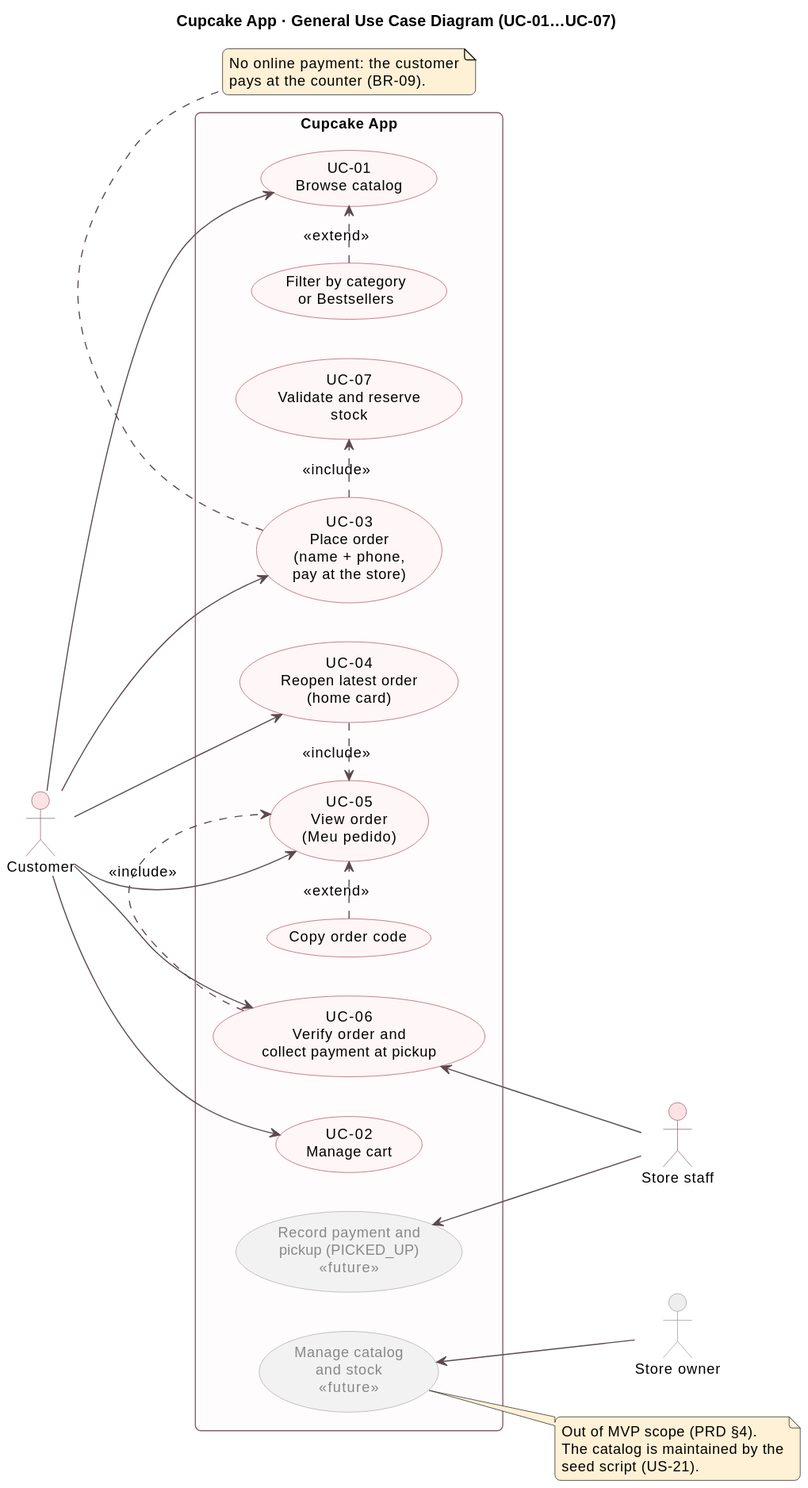
The PlantUML diagram docs/diagrams/use-cases/use-case-diagram.svg in tiagopacedev/cupcake-app, before a commit. Its diagram source:
```plantuml
@startuml use-case-diagram
!include ../_style.iuml
title Cupcake App · General Use Case Diagram (UC-01…UC-07)
left to right direction

actor "Customer" as Customer
actor "Store staff" as Staff
actor "Store owner" as Owner #EEEEEE;line:999999

rectangle "Cupcake App" {
  usecase "UC-01\nBrowse catalog" as UC01
  usecase "Filter by category\nor Bestsellers" as UCF
  usecase "UC-02\nManage cart" as UC02
  usecase "UC-03\nPlace order\n(name + phone,\npay at the store)" as UC03
  usecase "UC-07\nValidate and reserve\nstock" as UC07
  usecase "UC-04\nReopen latest order\n(home card)" as UC04
  usecase "UC-05\nView order\n(Meu pedido)" as UC05
  usecase "Copy order code" as UCC
  usecase "UC-06\nVerify order and\ncollect payment at pickup" as UC06

  usecase "Manage catalog\nand stock\n«future»" as UCX1 #F2F2F2;line:AAAAAA;text:888888
  usecase "Record payment and\npickup (PICKED_UP)\n«future»" as UCX2 #F2F2F2;line:AAAAAA;text:888888
}

Customer --> UC01
Customer --> UC02
Customer --> UC03
Customer --> UC04
Customer --> UC05
Customer --> UC06

UCF .> UC01 : <<extend>>
UC03 .> UC07 : <<include>>
UC04 .> UC05 : <<include>>
UCC .> UC05 : <<extend>>
UC06 .> UC05 : <<include>>

UC06 <-- Staff
UCX2 <-- Staff
UCX1 <-- Owner

note right of UCX1
  Out of MVP scope (PRD §4).
  The catalog is maintained by the
  seed script (US-21).
end note
note bottom of UC03
  No online payment: the customer
  pays at the counter (BR-09).
end note
@enduml
```
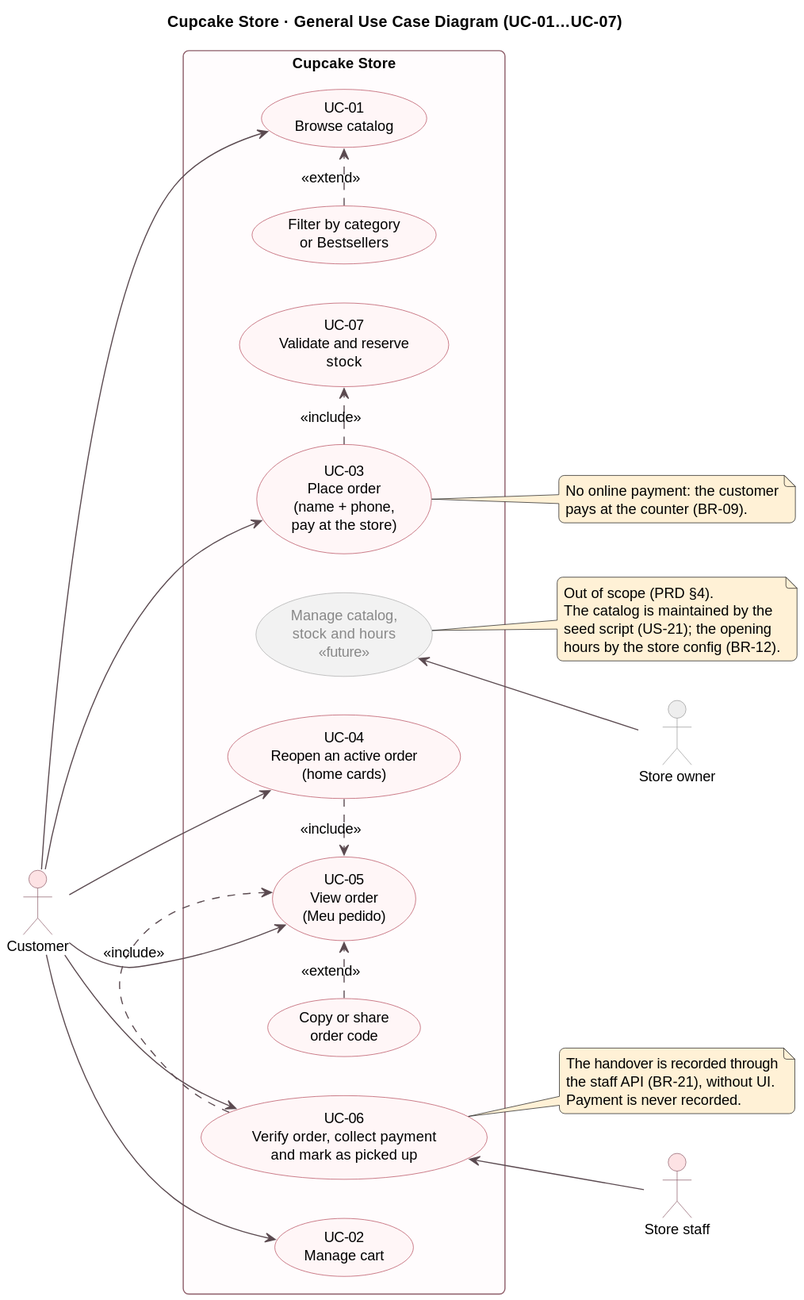
The same file after the commit.

Diff of the diagram source:
```diff
@@ -1,25 +1,24 @@
 @startuml use-case-diagram
 !include ../_style.iuml
-title Cupcake App · General Use Case Diagram (UC-01…UC-07)
+title Cupcake Store · General Use Case Diagram (UC-01…UC-07)
 left to right direction
 
 actor "Customer" as Customer
 actor "Store staff" as Staff
 actor "Store owner" as Owner #EEEEEE;line:999999
 
-rectangle "Cupcake App" {
+rectangle "Cupcake Store" {
   usecase "UC-01\nBrowse catalog" as UC01
   usecase "Filter by category\nor Bestsellers" as UCF
   usecase "UC-02\nManage cart" as UC02
   usecase "UC-03\nPlace order\n(name + phone,\npay at the store)" as UC03
   usecase "UC-07\nValidate and reserve\nstock" as UC07
-  usecase "UC-04\nReopen latest order\n(home card)" as UC04
+  usecase "UC-04\nReopen an active order\n(home cards)" as UC04
   usecase "UC-05\nView order\n(Meu pedido)" as UC05
-  usecase "Copy order code" as UCC
-  usecase "UC-06\nVerify order and\ncollect payment at pickup" as UC06
+  usecase "Copy or share\norder code" as UCC
+  usecase "UC-06\nVerify order, collect payment\nand mark as picked up" as UC06
 
-  usecase "Manage catalog\nand stock\n«future»" as UCX1 #F2F2F2;line:AAAAAA;text:888888
-  usecase "Record payment and\npickup (PICKED_UP)\n«future»" as UCX2 #F2F2F2;line:AAAAAA;text:888888
+  usecase "Manage catalog,\nstock and hours\n«future»" as UCX1 #F2F2F2;line:AAAAAA;text:888888
 }
 
 Customer --> UC01
@@ -36,16 +35,21 @@
 UC06 .> UC05 : <<include>>
 
 UC06 <-- Staff
-UCX2 <-- Staff
 UCX1 <-- Owner
 
 note right of UCX1
-  Out of MVP scope (PRD §4).
+  Out of scope (PRD §4).
   The catalog is maintained by the
-  seed script (US-21).
+  seed script (US-21); the opening
+  hours by the store config (BR-12).
 end note
-note bottom of UC03
+note right of UC03
   No online payment: the customer
   pays at the counter (BR-09).
 end note
+note right of UC06
+  The handover is recorded through
+  the staff API (BR-21), without UI.
+  Payment is never recorded.
+end note
 @enduml
```
